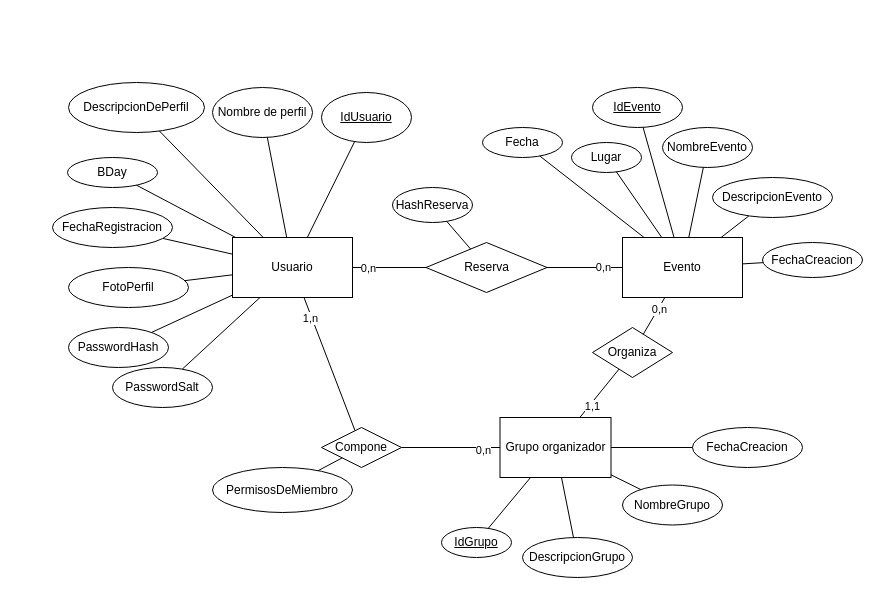
Above: docs/diagrams/entity-relation/diagram-entity-relation.es.drawio in a-mayb3/group_n_meet_backend (draw.io), before the change. Source tidied: cells renumbered, new cells numbered last; positions are measured from the earlier drawing's top-left corner, leaving out a move shared by most shapes. Both pictures are drawn from the tidied source at 100%, with x=0, y=0 at pixel (52, 82).
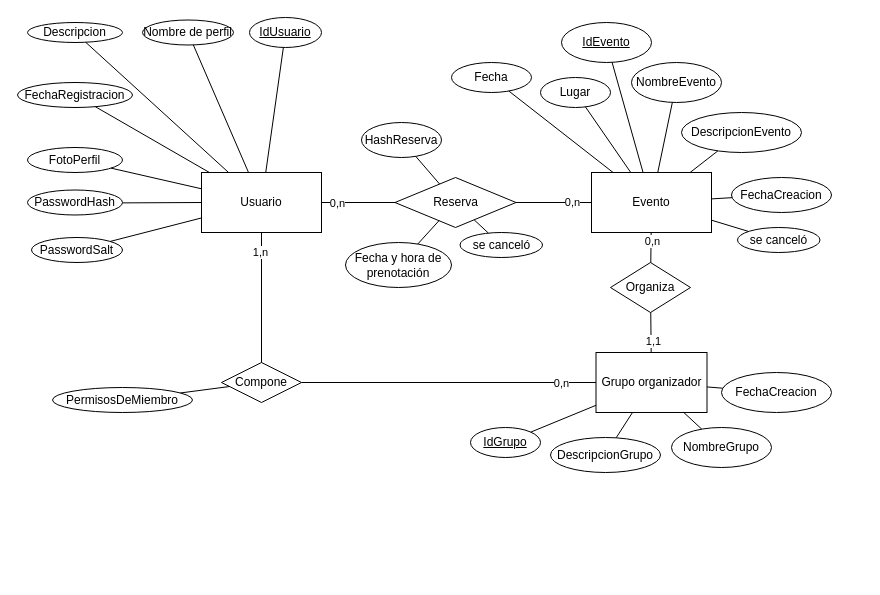
Above is the later version.

Commit message:
Added some properties to rsvps and events + repositioned some elements

The change refers to these unchanged cells:
```xml
<mxCell id="18" style="endArrow=none;html=1;rounded=0;" parent="1" edge="1" source="11" target="9">
  <mxGeometry relative="1" as="geometry" />
</mxCell>
```

What changed in the source:
```diff
@@
     <mxCell id="2" value="Usuario" style="rounded=0;whiteSpace=wrap;html=1;" parent="1" vertex="1">
-      <mxGeometry x="180" y="155" width="120" height="60" as="geometry" />
+      <mxGeometry x="149" y="90" width="120" height="60" as="geometry" />
     </mxCell>
     <mxCell id="3" value="Evento" style="rounded=0;whiteSpace=wrap;html=1;" parent="1" vertex="1">
-      <mxGeometry x="570" y="155" width="120" height="60" as="geometry" />
+      <mxGeometry x="539" y="90" width="120" height="60" as="geometry" />
     </mxCell>
     <mxCell id="4" value="Reserva" style="rhombus;whiteSpace=wrap;html=1;" parent="1" vertex="1">
-      <mxGeometry x="373.5" y="160" width="121" height="50" as="geometry" />
+      <mxGeometry x="342.5" y="95" width="121" height="50" as="geometry" />
     </mxCell>
@@
     <mxCell id="9" value="Grupo organizador" style="rounded=0;whiteSpace=wrap;html=1;" parent="1" vertex="1">
-      <mxGeometry x="447.5" y="335" width="111" height="60" as="geometry" />
+      <mxGeometry x="543.5" y="270" width="111" height="60" as="geometry" />
     </mxCell>
     <mxCell id="10" value="Organiza" style="rhombus;whiteSpace=wrap;html=1;" parent="1" vertex="1">
-      <mxGeometry x="540" y="245" width="80" height="50" as="geometry" />
+      <mxGeometry x="558" y="180" width="80" height="50" as="geometry" />
     </mxCell>
     <mxCell id="11" value="Compone" style="rhombus;whiteSpace=wrap;html=1;" parent="1" vertex="1">
-      <mxGeometry x="269" y="345" width="80" height="40" as="geometry" />
+      <mxGeometry x="169" y="280" width="80" height="40" as="geometry" />
     </mxCell>
@@
     <mxCell id="19" value="0,n" style="edgeLabel;html=1;align=center;verticalAlign=middle;" parent="18" vertex="1">
-      <mxGeometry x="0.64" y="-2" relative="1" as="geometry" />
+      <mxGeometry x="0.64" y="-2" relative="1" as="geometry">
+        <mxPoint x="18" y="-2" as="offset" />
+      </mxGeometry>
     </mxCell>
     <mxCell id="20" value="Nombre de perfil" style="ellipse;whiteSpace=wrap;html=1;" parent="1" vertex="1">
-      <mxGeometry x="160" y="5" width="100" height="50" as="geometry" />
+      <mxGeometry x="90" y="-62.5" width="91" height="25" as="geometry" />
     </mxCell>
     <mxCell id="21" value="IdUsuario" style="ellipse;whiteSpace=wrap;html=1;fontStyle=4;" parent="1" vertex="1">
-      <mxGeometry x="269" y="10" width="90" height="50" as="geometry" />
+      <mxGeometry x="197" y="-65" width="72" height="30" as="geometry" />
     </mxCell>
@@
     <mxCell id="24" value="IdEvento" style="ellipse;whiteSpace=wrap;html=1;fontStyle=4;" parent="1" vertex="1">
-      <mxGeometry x="540" y="5" width="90" height="40" as="geometry" />
+      <mxGeometry x="509" y="-60" width="90" height="40" as="geometry" />
     </mxCell>
     <mxCell id="25" value="NombreEvento" style="ellipse;whiteSpace=wrap;html=1;" parent="1" vertex="1">
-      <mxGeometry x="610" y="45" width="90" height="40" as="geometry" />
+      <mxGeometry x="579" y="-20" width="90" height="40" as="geometry" />
     </mxCell>
     <mxCell id="26" value="DescripcionEvento" style="ellipse;whiteSpace=wrap;html=1;" parent="1" vertex="1">
-      <mxGeometry x="660" y="95" width="120" height="40" as="geometry" />
+      <mxGeometry x="629" y="30" width="120" height="40" as="geometry" />
     </mxCell>
     <mxCell id="27" value="Lugar" style="ellipse;whiteSpace=wrap;html=1;" parent="1" vertex="1">
-      <mxGeometry x="519" y="60" width="70" height="30" as="geometry" />
+      <mxGeometry x="488" y="-5" width="70" height="30" as="geometry" />
     </mxCell>
     <mxCell id="28" value="Fecha" style="ellipse;whiteSpace=wrap;html=1;" parent="1" vertex="1">
-      <mxGeometry x="430" y="45" width="80" height="30" as="geometry" />
+      <mxGeometry x="399" y="-20" width="80" height="30" as="geometry" />
     </mxCell>
     <mxCell id="29" value="FechaCreacion" style="ellipse;whiteSpace=wrap;html=1;" parent="1" vertex="1">
-      <mxGeometry x="710" y="160" width="100" height="35" as="geometry" />
+      <mxGeometry x="679" y="95" width="100" height="35" as="geometry" />
     </mxCell>
     <mxCell id="30" value="IdGrupo" style="ellipse;whiteSpace=wrap;html=1;fontStyle=4;" parent="1" vertex="1">
-      <mxGeometry x="389" y="445" width="70" height="30" as="geometry" />
+      <mxGeometry x="418" y="345" width="70" height="30" as="geometry" />
     </mxCell>
     <mxCell id="31" value="HashReserva" style="ellipse;whiteSpace=wrap;html=1;" parent="1" vertex="1">
-      <mxGeometry x="340" y="105" width="80" height="35" as="geometry" />
+      <mxGeometry x="309" y="40" width="80" height="35" as="geometry" />
     </mxCell>
+    <mxCell id="60" value="Fecha y hora de prenotación" style="ellipse;whiteSpace=wrap;html=1;" parent="1" vertex="1">
+      <mxGeometry x="293" y="160" width="106" height="45" as="geometry" />
+    </mxCell>
@@
+    <mxCell id="61" style="endArrow=none;html=1;rounded=0;" parent="1" edge="1" source="4" target="60">
+      <mxGeometry relative="1" as="geometry" />
+    </mxCell>
@@
     <mxCell id="39" value="NombreGrupo" style="ellipse;whiteSpace=wrap;html=1;" parent="1" vertex="1">
-      <mxGeometry x="570" y="402.5" width="100" height="40" as="geometry" />
+      <mxGeometry x="619" y="345" width="100" height="40" as="geometry" />
     </mxCell>
     <mxCell id="40" value="DescripcionGrupo" style="ellipse;whiteSpace=wrap;html=1;" parent="1" vertex="1">
-      <mxGeometry x="470" y="455" width="110" height="40" as="geometry" />
+      <mxGeometry x="498" y="355" width="110" height="35" as="geometry" />
     </mxCell>
@@
     <mxCell id="43" value="FechaR&lt;span style=&quot;background-color: transparent; color: light-dark(rgb(0, 0, 0), rgb(255, 255, 255));&quot;&gt;egistracion&lt;/span&gt;" style="ellipse;whiteSpace=wrap;html=1;" parent="1" vertex="1">
-      <mxGeometry y="125" width="120" height="40" as="geometry" />
+      <mxGeometry x="-35" width="115" height="25" as="geometry" />
     </mxCell>
-    <mxCell id="44" value="BDay" style="ellipse;whiteSpace=wrap;html=1;" parent="1" vertex="1">
-      <mxGeometry x="15" y="75" width="90" height="30" as="geometry" />
-    </mxCell>
@@
-    <mxCell id="46" style="endArrow=none;html=1;rounded=0;" parent="1" edge="1" source="44" target="2">
-      <mxGeometry relative="1" as="geometry" />
-    </mxCell>
     <mxCell id="47" value="PermisosDeMiembro" style="ellipse;whiteSpace=wrap;html=1;" parent="1" vertex="1">
-      <mxGeometry x="160" y="385" width="140" height="45" as="geometry" />
+      <mxGeometry y="305" width="140" height="25" as="geometry" />
     </mxCell>
@@
-    <mxCell id="49" value="DescripcionDePerfil" style="ellipse;whiteSpace=wrap;html=1;" parent="1" vertex="1">
-      <mxGeometry x="16" width="136" height="50" as="geometry" />
+    <mxCell id="49" value="Descripcion" style="ellipse;whiteSpace=wrap;html=1;" parent="1" vertex="1">
+      <mxGeometry x="-25" y="-60" width="95" height="20" as="geometry" />
     </mxCell>
@@
     <mxCell id="51" value="FotoPerfil" style="ellipse;whiteSpace=wrap;html=1;" parent="1" vertex="1">
-      <mxGeometry x="16" y="185" width="120" height="40" as="geometry" />
+      <mxGeometry x="-25" y="65" width="95" height="25" as="geometry" />
     </mxCell>
@@
     <mxCell id="53" value="FechaCreacion" style="ellipse;whiteSpace=wrap;html=1;" parent="1" vertex="1">
-      <mxGeometry x="640" y="345" width="110" height="40" as="geometry" />
+      <mxGeometry x="669" y="290" width="110" height="40" as="geometry" />
     </mxCell>
@@
     <mxCell id="55" value="PasswordHash" style="ellipse;whiteSpace=wrap;html=1;" parent="1" vertex="1">
-      <mxGeometry x="16" y="245" width="100" height="40" as="geometry" />
+      <mxGeometry x="-25" y="107.5" width="95" height="25" as="geometry" />
     </mxCell>
     <mxCell id="56" value="PasswordSalt" style="ellipse;whiteSpace=wrap;html=1;" parent="1" vertex="1">
-      <mxGeometry x="60" y="285" width="100" height="40" as="geometry" />
+      <mxGeometry x="-21" y="155" width="91" height="25" as="geometry" />
     </mxCell>
@@
+    <mxCell id="62" value="se canceló" style="ellipse;whiteSpace=wrap;html=1;" parent="1" vertex="1">
+      <mxGeometry x="407.5" y="150" width="82.5" height="25" as="geometry" />
+    </mxCell>
+    <mxCell id="63" value="se canceló" style="ellipse;whiteSpace=wrap;html=1;" parent="1" vertex="1">
+      <mxGeometry x="685" y="145" width="82.5" height="25" as="geometry" />
+    </mxCell>
+    <mxCell id="64" style="endArrow=none;html=1;rounded=0;" parent="1" edge="1" source="62" target="4">
+      <mxGeometry relative="1" as="geometry" />
+    </mxCell>
+    <mxCell id="65" style="endArrow=none;html=1;rounded=0;" parent="1" edge="1" source="63" target="3">
+      <mxGeometry relative="1" as="geometry" />
+    </mxCell>
```
